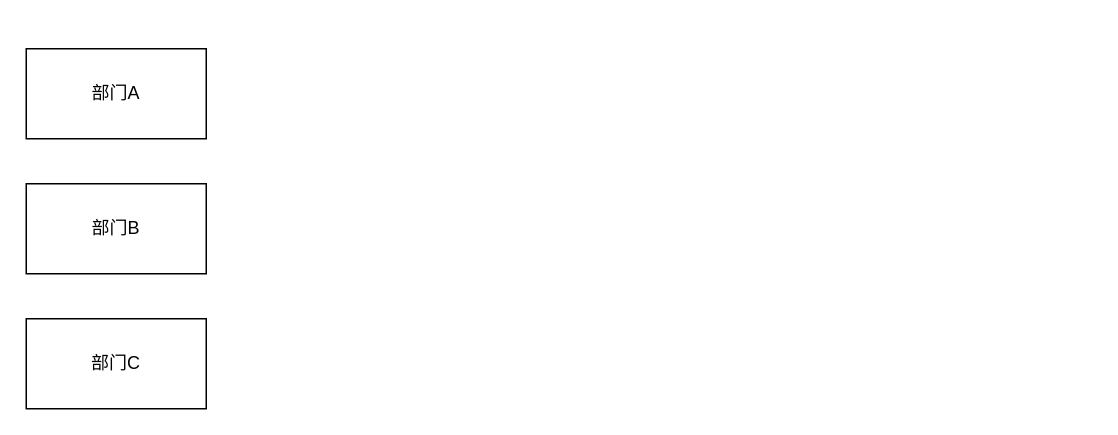
This is 未命名绘图.drawio from gmjguxin/test, a draw.io file, before an edit. Source tidied: cells renumbered, new cells numbered last; positions are measured from the earlier drawing's top-left corner, leaving out a move shared by most shapes. Both pictures are drawn from the tidied source at 150%, with x=0, y=0 at pixel (26, 48).
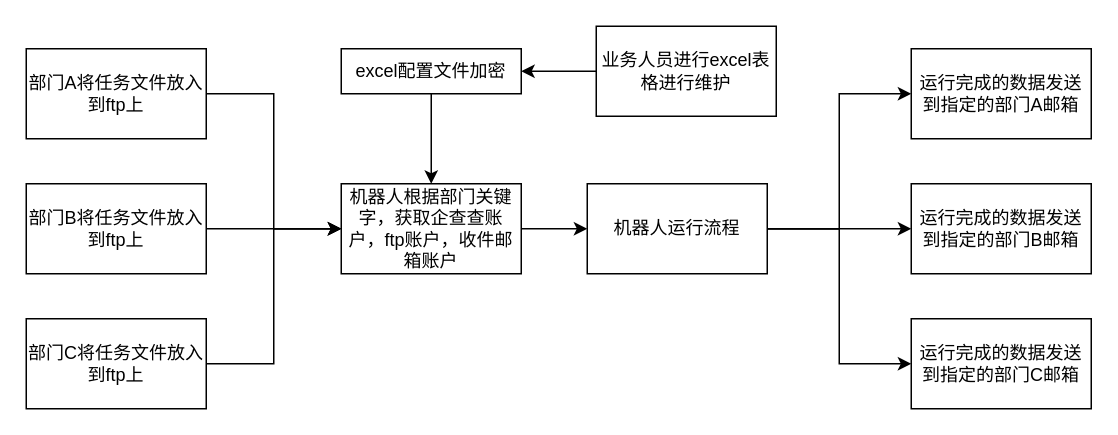
The same page after the edit.

Commit message:
更新未命名绘图.drawio

What changed in the source:
```diff
@@
+    <mxCell id="5" style="edgeStyle=orthogonalEdgeStyle;rounded=0;jettySize=auto;html=1;exitX=1;exitY=0.5;exitDx=0;exitDy=0;entryX=0;entryY=0.5;entryDx=0;entryDy=0;" parent="1" edge="1" source="2" target="9">
+      <mxGeometry relative="1" as="geometry" />
+    </mxCell>
-    <mxCell id="2" value="部门A" style="rounded=0;whiteSpace=wrap;html=1;" parent="1" vertex="1">
+    <mxCell id="2" value="部门A将任务文件放入到ftp上" style="rounded=0;whiteSpace=wrap;html=1;" parent="1" vertex="1">
       <mxGeometry width="120" height="60" as="geometry" />
     </mxCell>
+    <mxCell id="6" style="edgeStyle=orthogonalEdgeStyle;rounded=0;jettySize=auto;html=1;exitX=1;exitY=0.5;exitDx=0;exitDy=0;" parent="1" edge="1" source="3">
+      <mxGeometry relative="1" as="geometry">
+        <mxPoint x="210" y="120" as="targetPoint" />
+      </mxGeometry>
+    </mxCell>
-    <mxCell id="3" value="部门B" style="rounded=0;whiteSpace=wrap;html=1;" parent="1" vertex="1">
+    <mxCell id="3" value="部门B将任务文件放入到ftp上" style="rounded=0;whiteSpace=wrap;html=1;" parent="1" vertex="1">
       <mxGeometry y="90" width="120" height="60" as="geometry" />
     </mxCell>
+    <mxCell id="7" style="edgeStyle=orthogonalEdgeStyle;rounded=0;jettySize=auto;html=1;exitX=1;exitY=0.5;exitDx=0;exitDy=0;entryX=0;entryY=0.5;entryDx=0;entryDy=0;" parent="1" edge="1" source="4" target="9">
+      <mxGeometry relative="1" as="geometry" />
+    </mxCell>
-    <mxCell id="4" value="部门C" style="rounded=0;whiteSpace=wrap;html=1;" parent="1" vertex="1">
+    <mxCell id="4" value="部门C将任务文件放入到ftp上" style="rounded=0;whiteSpace=wrap;html=1;" parent="1" vertex="1">
       <mxGeometry y="180" width="120" height="60" as="geometry" />
     </mxCell>
+    <mxCell id="8" style="edgeStyle=orthogonalEdgeStyle;rounded=0;jettySize=auto;html=1;" parent="1" edge="1" source="9" target="15">
+      <mxGeometry relative="1" as="geometry" />
+    </mxCell>
+    <mxCell id="9" value="机器人根据部门关键字，获取企查查账户，ftp账户，收件邮箱账户" style="rounded=0;whiteSpace=wrap;html=1;" parent="1" vertex="1">
+      <mxGeometry x="210" y="90" width="120" height="60" as="geometry" />
+    </mxCell>
+    <mxCell id="10" style="edgeStyle=orthogonalEdgeStyle;rounded=0;jettySize=auto;html=1;" parent="1" edge="1" source="11" target="9">
+      <mxGeometry relative="1" as="geometry" />
+    </mxCell>
+    <mxCell id="11" value="excel配置文件加密" style="rounded=0;whiteSpace=wrap;html=1;" parent="1" vertex="1">
+      <mxGeometry x="210" width="120" height="30" as="geometry" />
+    </mxCell>
+    <mxCell id="12" style="edgeStyle=orthogonalEdgeStyle;rounded=0;jettySize=auto;html=1;" parent="1" edge="1" source="15" target="17">
+      <mxGeometry relative="1" as="geometry" />
+    </mxCell>
+    <mxCell id="13" style="edgeStyle=orthogonalEdgeStyle;rounded=0;jettySize=auto;html=1;exitX=1;exitY=0.5;exitDx=0;exitDy=0;entryX=0;entryY=0.5;entryDx=0;entryDy=0;" parent="1" edge="1" source="15" target="16">
+      <mxGeometry relative="1" as="geometry" />
+    </mxCell>
+    <mxCell id="14" style="edgeStyle=orthogonalEdgeStyle;rounded=0;jettySize=auto;html=1;exitX=1;exitY=0.5;exitDx=0;exitDy=0;entryX=0;entryY=0.5;entryDx=0;entryDy=0;" parent="1" edge="1" source="15" target="18">
+      <mxGeometry relative="1" as="geometry" />
+    </mxCell>
+    <mxCell id="15" value="机器人运行流程" style="rounded=0;whiteSpace=wrap;html=1;" parent="1" vertex="1">
+      <mxGeometry x="374" y="90" width="120" height="60" as="geometry" />
+    </mxCell>
+    <mxCell id="16" value="运行完成的数据发送到指定的部门A邮箱" style="rounded=0;whiteSpace=wrap;html=1;" parent="1" vertex="1">
+      <mxGeometry x="590" width="120" height="60" as="geometry" />
+    </mxCell>
+    <mxCell id="17" value="运行完成的数据发送到指定的部门B邮箱" style="rounded=0;whiteSpace=wrap;html=1;" parent="1" vertex="1">
+      <mxGeometry x="590" y="90" width="120" height="60" as="geometry" />
+    </mxCell>
+    <mxCell id="18" value="运行完成的数据发送到指定的部门C邮箱" style="rounded=0;whiteSpace=wrap;html=1;" parent="1" vertex="1">
+      <mxGeometry x="590" y="180" width="120" height="60" as="geometry" />
+    </mxCell>
+    <mxCell id="19" style="edgeStyle=orthogonalEdgeStyle;rounded=0;jettySize=auto;html=1;" parent="1" edge="1" source="20" target="11">
+      <mxGeometry relative="1" as="geometry" />
+    </mxCell>
+    <mxCell id="20" value="业务人员进行excel表格进行维护" style="rounded=0;whiteSpace=wrap;html=1;" parent="1" vertex="1">
+      <mxGeometry x="380" y="-15" width="120" height="60" as="geometry" />
+    </mxCell>
```
